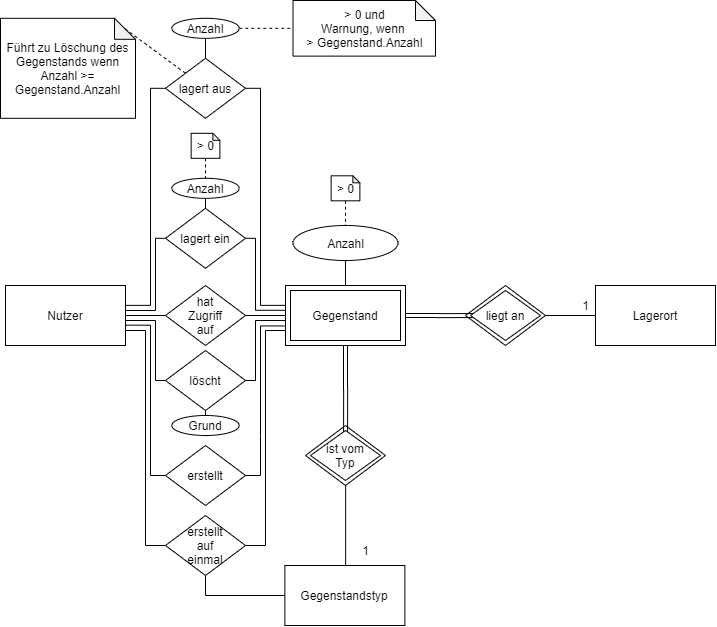
TINF18B5/SWE_TINF18B5_Timo_Klenk keeps this draw.io diagram as ArchitekturEntwurf Material/ERM_Sicht_F04.png. Above is the earlier version. Source tidied: cells renumbered, new cells last; positions are measured from the earlier drawing's top-left corner, leaving out a move shared by most shapes. Source of this version:
```xml
<mxGraphModel>
  <root>
    <mxCell id="0" />
    <mxCell id="1" parent="0" />
    <mxCell id="2" style="edgeStyle=orthogonalEdgeStyle;rounded=0;jettySize=auto;html=1;exitX=1;exitY=0.75;exitDx=0;exitDy=0;entryX=0;entryY=0.5;entryDx=0;entryDy=0;endArrow=none;endFill=0;" parent="1" edge="1" source="6" target="26">
      <mxGeometry relative="1" as="geometry" />
    </mxCell>
    <mxCell id="3" style="edgeStyle=orthogonalEdgeStyle;rounded=0;jettySize=auto;html=1;exitX=1;exitY=0.5;exitDx=0;exitDy=0;entryX=0;entryY=0.5;entryDx=0;entryDy=0;endArrow=none;endFill=0;" parent="1" edge="1" source="6" target="31">
      <mxGeometry relative="1" as="geometry">
        <Array as="points">
          <mxPoint x="125" y="320" />
          <mxPoint x="155" y="320" />
          <mxPoint x="155" y="380" />
        </Array>
      </mxGeometry>
    </mxCell>
    <mxCell id="4" style="edgeStyle=elbowEdgeStyle;rounded=0;jettySize=auto;html=1;entryX=0;entryY=0.5;entryDx=0;entryDy=0;endArrow=none;endFill=0;" parent="1" edge="1" target="36">
      <mxGeometry relative="1" as="geometry">
        <mxPoint x="125" y="310" as="sourcePoint" />
        <Array as="points">
          <mxPoint x="155" y="305" />
          <mxPoint x="155" y="300" />
        </Array>
      </mxGeometry>
    </mxCell>
    <mxCell id="5" style="edgeStyle=elbowEdgeStyle;rounded=0;jettySize=auto;html=1;exitX=1.001;exitY=0.331;exitDx=0;exitDy=0;entryX=0;entryY=0.5;entryDx=0;entryDy=0;endArrow=none;endFill=0;exitPerimeter=0;" parent="1" edge="1" source="6" target="38">
      <mxGeometry relative="1" as="geometry">
        <Array as="points">
          <mxPoint x="150" y="300" />
          <mxPoint x="150" y="210" />
          <mxPoint x="150" y="205" />
        </Array>
      </mxGeometry>
    </mxCell>
    <mxCell id="6" value="Nutzer" style="rounded=0;whiteSpace=wrap;html=1;" parent="1" vertex="1">
      <mxGeometry x="5" y="285" width="120" height="60" as="geometry" />
    </mxCell>
    <mxCell id="7" style="edgeStyle=orthogonalEdgeStyle;rounded=0;jettySize=auto;html=1;exitX=1;exitY=0.5;exitDx=0;exitDy=0;entryX=-0.009;entryY=0.674;entryDx=0;entryDy=0;endArrow=none;endFill=0;entryPerimeter=0;" parent="1" edge="1" source="9" target="11">
      <mxGeometry relative="1" as="geometry">
        <Array as="points">
          <mxPoint x="260" y="435" />
          <mxPoint x="260" y="325" />
          <mxPoint x="285" y="325" />
        </Array>
      </mxGeometry>
    </mxCell>
    <mxCell id="8" style="edgeStyle=orthogonalEdgeStyle;rounded=0;jettySize=auto;html=1;exitX=0;exitY=0.5;exitDx=0;exitDy=0;entryX=0.999;entryY=0.661;entryDx=0;entryDy=0;entryPerimeter=0;endArrow=none;endFill=0;" parent="1" edge="1" source="9" target="6">
      <mxGeometry relative="1" as="geometry">
        <Array as="points">
          <mxPoint x="150" y="475" />
          <mxPoint x="150" y="325" />
        </Array>
      </mxGeometry>
    </mxCell>
    <mxCell id="9" value="erstellt" style="rhombus;whiteSpace=wrap;html=1;" parent="1" vertex="1">
      <mxGeometry x="165" y="445" width="80" height="60" as="geometry" />
    </mxCell>
    <mxCell id="10" style="group;" parent="1" vertex="1">
      <mxGeometry x="285" y="285" width="120" height="60" as="geometry" />
    </mxCell>
    <mxCell id="11" style="rounded=0;whiteSpace=wrap;html=1;" parent="10" vertex="1">
      <mxGeometry width="120" height="60" as="geometry" />
    </mxCell>
    <mxCell id="12" value="Gegenstand" style="rounded=0;whiteSpace=wrap;html=1;" parent="10" vertex="1">
      <mxGeometry x="5" y="5" width="110" height="50" as="geometry" />
    </mxCell>
    <mxCell id="13" style="group;" parent="1" vertex="1">
      <mxGeometry x="465" y="285" width="80" height="60" as="geometry" />
    </mxCell>
    <mxCell id="14" style="rhombus;whiteSpace=wrap;html=1;" parent="13" vertex="1">
      <mxGeometry width="80" height="60" as="geometry" />
    </mxCell>
    <mxCell id="15" value="liegt an" style="rhombus;whiteSpace=wrap;html=1;" parent="13" vertex="1">
      <mxGeometry x="5" y="5" width="70" height="50" as="geometry" />
    </mxCell>
    <mxCell id="16" style="edgeStyle=orthogonalEdgeStyle;shape=link;rounded=0;jettySize=auto;html=1;exitX=0.04;exitY=0.501;exitDx=0;exitDy=0;entryX=1;entryY=0.5;entryDx=0;entryDy=0;endArrow=none;endFill=0;exitPerimeter=0;" parent="1" edge="1" source="15" target="11">
      <mxGeometry relative="1" as="geometry" />
    </mxCell>
    <mxCell id="17" value="ist" style="group;" parent="1" vertex="1">
      <mxGeometry x="305" y="425" width="80" height="60" as="geometry" />
    </mxCell>
    <mxCell id="18" style="rhombus;whiteSpace=wrap;html=1;" parent="17" vertex="1">
      <mxGeometry width="80" height="60" as="geometry" />
    </mxCell>
    <mxCell id="19" value="ist vom&lt;br&gt;Typ" style="rhombus;whiteSpace=wrap;html=1;" parent="17" vertex="1">
      <mxGeometry x="5" y="5" width="70" height="50" as="geometry" />
    </mxCell>
    <mxCell id="20" style="edgeStyle=orthogonalEdgeStyle;shape=link;rounded=0;jettySize=auto;html=1;exitX=0.501;exitY=0.027;exitDx=0;exitDy=0;entryX=0.5;entryY=1;entryDx=0;entryDy=0;endArrow=none;endFill=0;exitPerimeter=0;" parent="1" edge="1" source="19" target="11">
      <mxGeometry relative="1" as="geometry" />
    </mxCell>
    <mxCell id="21" value="Lagerort" style="rounded=0;whiteSpace=wrap;html=1;" parent="1" vertex="1">
      <mxGeometry x="595" y="285" width="120" height="60" as="geometry" />
    </mxCell>
    <mxCell id="22" style="edgeStyle=orthogonalEdgeStyle;rounded=0;jettySize=auto;html=1;exitX=1;exitY=0.5;exitDx=0;exitDy=0;entryX=0;entryY=0.5;entryDx=0;entryDy=0;endArrow=none;endFill=0;" parent="1" edge="1" source="14" target="21">
      <mxGeometry relative="1" as="geometry" />
    </mxCell>
    <mxCell id="23" value="Gegenstandstyp" style="rounded=0;whiteSpace=wrap;html=1;" parent="1" vertex="1">
      <mxGeometry x="284.4" y="565" width="120" height="60" as="geometry" />
    </mxCell>
    <mxCell id="24" style="edgeStyle=orthogonalEdgeStyle;rounded=0;jettySize=auto;html=1;exitX=1;exitY=0.5;exitDx=0;exitDy=0;entryX=0;entryY=0.75;entryDx=0;entryDy=0;endArrow=none;endFill=0;" parent="1" edge="1" source="26" target="11">
      <mxGeometry relative="1" as="geometry" />
    </mxCell>
    <mxCell id="25" style="edgeStyle=orthogonalEdgeStyle;rounded=0;jettySize=auto;html=1;exitX=0.5;exitY=1;exitDx=0;exitDy=0;entryX=0;entryY=0.5;entryDx=0;entryDy=0;endArrow=none;endFill=0;" parent="1" edge="1" source="26" target="23">
      <mxGeometry relative="1" as="geometry" />
    </mxCell>
    <mxCell id="26" value="erstellt&lt;br&gt;auf&lt;br&gt;einmal" style="rhombus;whiteSpace=wrap;html=1;" parent="1" vertex="1">
      <mxGeometry x="165" y="515" width="80" height="60" as="geometry" />
    </mxCell>
    <mxCell id="27" style="edgeStyle=orthogonalEdgeStyle;rounded=0;jettySize=auto;html=1;exitX=0.5;exitY=1;exitDx=0;exitDy=0;entryX=0.5;entryY=0;entryDx=0;entryDy=0;endArrow=none;endFill=0;" parent="1" edge="1" source="28" target="11">
      <mxGeometry relative="1" as="geometry" />
    </mxCell>
    <mxCell id="28" value="Anzahl" style="ellipse;whiteSpace=wrap;html=1;" parent="1" vertex="1">
      <mxGeometry x="292.5" y="225" width="105" height="35" as="geometry" />
    </mxCell>
    <mxCell id="29" style="edgeStyle=orthogonalEdgeStyle;rounded=0;jettySize=auto;html=1;exitX=0.5;exitY=1;exitDx=0;exitDy=0;entryX=0.5;entryY=0;entryDx=0;entryDy=0;endArrow=none;endFill=0;" parent="1" edge="1" source="31" target="32">
      <mxGeometry relative="1" as="geometry" />
    </mxCell>
    <mxCell id="30" style="edgeStyle=orthogonalEdgeStyle;rounded=0;jettySize=auto;html=1;exitX=1;exitY=0.5;exitDx=0;exitDy=0;entryX=0;entryY=0.5;entryDx=0;entryDy=0;endArrow=none;endFill=0;" parent="1" edge="1" source="31" target="11">
      <mxGeometry relative="1" as="geometry">
        <Array as="points">
          <mxPoint x="255" y="380" />
          <mxPoint x="255" y="320" />
          <mxPoint x="285" y="320" />
        </Array>
      </mxGeometry>
    </mxCell>
    <mxCell id="31" value="löscht" style="rhombus;whiteSpace=wrap;html=1;" parent="1" vertex="1">
      <mxGeometry x="165" y="350" width="80" height="60" as="geometry" />
    </mxCell>
    <mxCell id="32" value="Grund" style="ellipse;whiteSpace=wrap;html=1;" parent="1" vertex="1">
      <mxGeometry x="171.2" y="415" width="67.5" height="20" as="geometry" />
    </mxCell>
    <mxCell id="33" value="1" style="text;html=1;align=center;verticalAlign=middle;" parent="1" vertex="1">
      <mxGeometry x="575" y="295" width="20" height="20" as="geometry" />
    </mxCell>
    <mxCell id="34" value="1" style="text;html=1;align=center;verticalAlign=middle;" parent="1" vertex="1">
      <mxGeometry x="355" y="540" width="20" height="20" as="geometry" />
    </mxCell>
    <mxCell id="35" style="edgeStyle=elbowEdgeStyle;rounded=0;jettySize=auto;html=1;exitX=1;exitY=0.5;exitDx=0;exitDy=0;entryX=-0.001;entryY=0.413;entryDx=0;entryDy=0;endArrow=none;endFill=0;entryPerimeter=0;" parent="1" edge="1" source="36" target="11">
      <mxGeometry relative="1" as="geometry">
        <Array as="points">
          <mxPoint x="255" y="295" />
        </Array>
      </mxGeometry>
    </mxCell>
    <mxCell id="36" value="lagert ein" style="rhombus;whiteSpace=wrap;html=1;" parent="1" vertex="1">
      <mxGeometry x="165" y="207.8" width="80" height="60" as="geometry" />
    </mxCell>
    <mxCell id="37" style="edgeStyle=elbowEdgeStyle;rounded=0;jettySize=auto;html=1;exitX=1;exitY=0.5;exitDx=0;exitDy=0;entryX=0;entryY=0.331;entryDx=0;entryDy=0;entryPerimeter=0;endArrow=none;endFill=0;" parent="1" edge="1" source="38" target="11">
      <mxGeometry relative="1" as="geometry">
        <Array as="points">
          <mxPoint x="260" y="215" />
        </Array>
      </mxGeometry>
    </mxCell>
    <mxCell id="38" value="lagert aus" style="rhombus;whiteSpace=wrap;html=1;" parent="1" vertex="1">
      <mxGeometry x="165" y="57.8" width="80" height="60" as="geometry" />
    </mxCell>
    <mxCell id="39" style="edgeStyle=orthogonalEdgeStyle;rounded=0;jettySize=auto;html=1;exitX=0.5;exitY=1;exitDx=0;exitDy=0;entryX=0.5;entryY=0;entryDx=0;entryDy=0;endArrow=none;endFill=0;" parent="1" edge="1" source="40" target="36">
      <mxGeometry relative="1" as="geometry" />
    </mxCell>
    <mxCell id="40" value="Anzahl" style="ellipse;whiteSpace=wrap;html=1;" parent="1" vertex="1">
      <mxGeometry x="171.2" y="177.8" width="67.5" height="20" as="geometry" />
    </mxCell>
    <mxCell id="41" style="edgeStyle=none;rounded=0;jettySize=auto;html=1;exitX=1;exitY=0.5;exitDx=0;exitDy=0;entryX=0;entryY=0.5;entryDx=0;entryDy=0;entryPerimeter=0;dashed=1;endArrow=none;endFill=0;" parent="1" edge="1" source="43" target="46">
      <mxGeometry relative="1" as="geometry" />
    </mxCell>
    <mxCell id="42" style="edgeStyle=none;rounded=0;jettySize=auto;html=1;exitX=0.5;exitY=1;exitDx=0;exitDy=0;entryX=0.5;entryY=0;entryDx=0;entryDy=0;endArrow=none;endFill=0;" parent="1" edge="1" source="43" target="38">
      <mxGeometry relative="1" as="geometry" />
    </mxCell>
    <mxCell id="43" value="Anzahl" style="ellipse;whiteSpace=wrap;html=1;" parent="1" vertex="1">
      <mxGeometry x="171.2" y="17.8" width="67.5" height="20" as="geometry" />
    </mxCell>
    <mxCell id="44" style="edgeStyle=none;rounded=0;jettySize=auto;html=1;exitX=0.5;exitY=1;exitDx=0;exitDy=0;exitPerimeter=0;entryX=0.5;entryY=0;entryDx=0;entryDy=0;endArrow=none;endFill=0;dashed=1;" parent="1" edge="1" source="45" target="40">
      <mxGeometry relative="1" as="geometry" />
    </mxCell>
    <mxCell id="45" value="&amp;gt; 0" style="shape=note;whiteSpace=wrap;html=1;backgroundOutline=1;darkOpacity=0.05;size=7;" parent="1" vertex="1">
      <mxGeometry x="190.6" y="132.8" width="28.8" height="25" as="geometry" />
    </mxCell>
    <mxCell id="46" value="&amp;gt; 0 und&lt;br&gt;Warnung, wenn &lt;br&gt;&amp;gt; Gegenstand.Anzahl" style="shape=note;whiteSpace=wrap;html=1;backgroundOutline=1;darkOpacity=0.05;size=20;" parent="1" vertex="1">
      <mxGeometry x="292.5" width="142.5" height="55.6" as="geometry" />
    </mxCell>
    <mxCell id="47" style="edgeStyle=elbowEdgeStyle;rounded=0;jettySize=auto;html=1;exitX=0;exitY=0.5;exitDx=0;exitDy=0;entryX=1;entryY=0.5;entryDx=0;entryDy=0;endArrow=none;endFill=0;" parent="1" edge="1" source="48" target="6">
      <mxGeometry relative="1" as="geometry" />
    </mxCell>
    <mxCell id="48" value="hat&lt;br&gt;Zugriff&lt;br&gt;auf" style="rhombus;whiteSpace=wrap;html=1;" parent="1" vertex="1">
      <mxGeometry x="165" y="285" width="80" height="60" as="geometry" />
    </mxCell>
    <mxCell id="49" style="edgeStyle=elbowEdgeStyle;rounded=0;jettySize=auto;html=1;exitX=0;exitY=0.5;exitDx=0;exitDy=0;entryX=1;entryY=0.5;entryDx=0;entryDy=0;endArrow=none;endFill=0;" parent="1" edge="1" source="11" target="48">
      <mxGeometry relative="1" as="geometry" />
    </mxCell>
    <mxCell id="50" style="edgeStyle=elbowEdgeStyle;rounded=0;jettySize=auto;html=1;exitX=0.5;exitY=1;exitDx=0;exitDy=0;entryX=0.5;entryY=0;entryDx=0;entryDy=0;endArrow=none;endFill=0;" parent="1" edge="1" source="18" target="23">
      <mxGeometry relative="1" as="geometry" />
    </mxCell>
    <mxCell id="51" style="rounded=0;jettySize=auto;html=1;exitX=0;exitY=0;exitDx=124.5;exitDy=10.5;exitPerimeter=0;entryX=0;entryY=0;entryDx=0;entryDy=0;endArrow=none;endFill=0;dashed=1;" parent="1" edge="1" source="52" target="38">
      <mxGeometry relative="1" as="geometry" />
    </mxCell>
    <mxCell id="52" value="Führt zu Löschung des Gegenstands wenn Anzahl &amp;gt;= Gegenstand.Anzahl" style="shape=note;whiteSpace=wrap;html=1;backgroundOutline=1;darkOpacity=0.05;size=21;" parent="1" vertex="1">
      <mxGeometry y="17.8" width="135" height="100" as="geometry" />
    </mxCell>
    <mxCell id="53" style="edgeStyle=none;rounded=0;jettySize=auto;html=1;exitX=0.5;exitY=1;exitDx=0;exitDy=0;exitPerimeter=0;entryX=0.5;entryY=0;entryDx=0;entryDy=0;dashed=1;endArrow=none;endFill=0;" parent="1" edge="1" source="54" target="28">
      <mxGeometry relative="1" as="geometry" />
    </mxCell>
    <mxCell id="54" value="&amp;gt; 0" style="shape=note;whiteSpace=wrap;html=1;backgroundOutline=1;darkOpacity=0.05;size=7;" parent="1" vertex="1">
      <mxGeometry x="330.6" y="175.3" width="28.8" height="25" as="geometry" />
    </mxCell>
  </root>
</mxGraphModel>
```
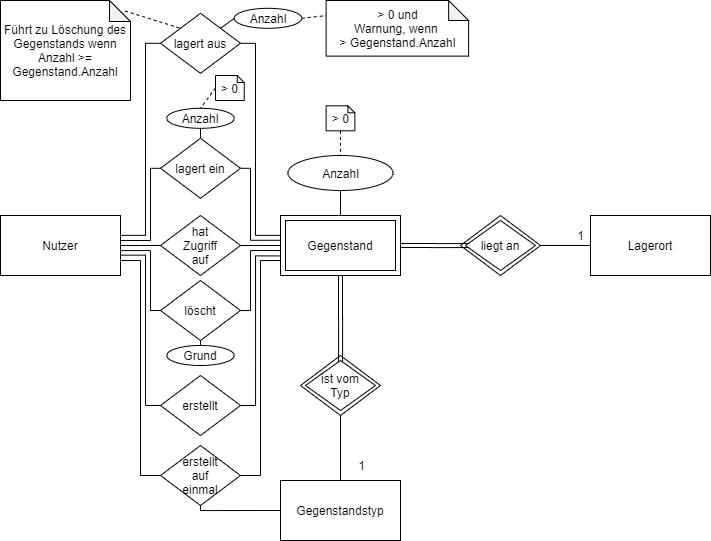
Above is the later version.

The edit, as a diff of the source:
```diff
@@ -95,13 +95,17 @@
       <mxGeometry relative="1" as="geometry" />
     </mxCell>
     <mxCell id="23" value="Gegenstandstyp" style="rounded=0;whiteSpace=wrap;html=1;" parent="1" vertex="1">
-      <mxGeometry x="284.4" y="565" width="120" height="60" as="geometry" />
+      <mxGeometry x="285" y="550" width="120" height="60" as="geometry" />
     </mxCell>
     <mxCell id="24" style="edgeStyle=orthogonalEdgeStyle;rounded=0;jettySize=auto;html=1;exitX=1;exitY=0.5;exitDx=0;exitDy=0;entryX=0;entryY=0.75;entryDx=0;entryDy=0;endArrow=none;endFill=0;" parent="1" edge="1" source="26" target="11">
       <mxGeometry relative="1" as="geometry" />
     </mxCell>
     <mxCell id="25" style="edgeStyle=orthogonalEdgeStyle;rounded=0;jettySize=auto;html=1;exitX=0.5;exitY=1;exitDx=0;exitDy=0;entryX=0;entryY=0.5;entryDx=0;entryDy=0;endArrow=none;endFill=0;" parent="1" edge="1" source="26" target="23">
-      <mxGeometry relative="1" as="geometry" />
+      <mxGeometry relative="1" as="geometry">
+        <Array as="points">
+          <mxPoint x="205" y="580" />
+        </Array>
+      </mxGeometry>
     </mxCell>
     <mxCell id="26" value="erstellt&lt;br&gt;auf&lt;br&gt;einmal" style="rhombus;whiteSpace=wrap;html=1;" parent="1" vertex="1">
       <mxGeometry x="165" y="515" width="80" height="60" as="geometry" />
@@ -134,7 +138,7 @@
       <mxGeometry x="575" y="295" width="20" height="20" as="geometry" />
     </mxCell>
     <mxCell id="34" value="1" style="text;html=1;align=center;verticalAlign=middle;" parent="1" vertex="1">
-      <mxGeometry x="355" y="540" width="20" height="20" as="geometry" />
+      <mxGeometry x="355.6" y="525" width="20" height="20" as="geometry" />
     </mxCell>
     <mxCell id="35" style="edgeStyle=elbowEdgeStyle;rounded=0;jettySize=auto;html=1;exitX=1;exitY=0.5;exitDx=0;exitDy=0;entryX=-0.001;entryY=0.413;entryDx=0;entryDy=0;endArrow=none;endFill=0;entryPerimeter=0;" parent="1" edge="1" source="36" target="11">
       <mxGeometry relative="1" as="geometry">
@@ -153,8 +157,11 @@
         </Array>
       </mxGeometry>
     </mxCell>
+    <mxCell id="55" style="rounded=0;jettySize=auto;html=1;exitX=1;exitY=0;exitDx=0;exitDy=0;entryX=0;entryY=0.5;entryDx=0;entryDy=0;endArrow=none;endFill=0;" parent="1" edge="1" source="38" target="43">
+      <mxGeometry relative="1" as="geometry" />
+    </mxCell>
     <mxCell id="38" value="lagert aus" style="rhombus;whiteSpace=wrap;html=1;" parent="1" vertex="1">
-      <mxGeometry x="165" y="57.8" width="80" height="60" as="geometry" />
+      <mxGeometry x="165" y="82.8" width="80" height="60" as="geometry" />
     </mxCell>
     <mxCell id="39" style="edgeStyle=orthogonalEdgeStyle;rounded=0;jettySize=auto;html=1;exitX=0.5;exitY=1;exitDx=0;exitDy=0;entryX=0.5;entryY=0;entryDx=0;entryDy=0;endArrow=none;endFill=0;" parent="1" edge="1" source="40" target="36">
       <mxGeometry relative="1" as="geometry" />
@@ -162,23 +169,20 @@
     <mxCell id="40" value="Anzahl" style="ellipse;whiteSpace=wrap;html=1;" parent="1" vertex="1">
       <mxGeometry x="171.2" y="177.8" width="67.5" height="20" as="geometry" />
     </mxCell>
-    <mxCell id="41" style="edgeStyle=none;rounded=0;jettySize=auto;html=1;exitX=1;exitY=0.5;exitDx=0;exitDy=0;entryX=0;entryY=0.5;entryDx=0;entryDy=0;entryPerimeter=0;dashed=1;endArrow=none;endFill=0;" parent="1" edge="1" source="43" target="46">
+    <mxCell id="41" style="edgeStyle=none;rounded=0;jettySize=auto;html=1;exitX=1;exitY=0.5;exitDx=0;exitDy=0;entryX=0.027;entryY=0.264;entryDx=0;entryDy=0;entryPerimeter=0;dashed=1;endArrow=none;endFill=0;" parent="1" edge="1" source="43" target="46">
       <mxGeometry relative="1" as="geometry" />
     </mxCell>
-    <mxCell id="42" style="edgeStyle=none;rounded=0;jettySize=auto;html=1;exitX=0.5;exitY=1;exitDx=0;exitDy=0;entryX=0.5;entryY=0;entryDx=0;entryDy=0;endArrow=none;endFill=0;" parent="1" edge="1" source="43" target="38">
-      <mxGeometry relative="1" as="geometry" />
-    </mxCell>
     <mxCell id="43" value="Anzahl" style="ellipse;whiteSpace=wrap;html=1;" parent="1" vertex="1">
-      <mxGeometry x="171.2" y="17.8" width="67.5" height="20" as="geometry" />
+      <mxGeometry x="238.8" y="77.8" width="67.5" height="20" as="geometry" />
     </mxCell>
-    <mxCell id="44" style="edgeStyle=none;rounded=0;jettySize=auto;html=1;exitX=0.5;exitY=1;exitDx=0;exitDy=0;exitPerimeter=0;entryX=0.5;entryY=0;entryDx=0;entryDy=0;endArrow=none;endFill=0;dashed=1;" parent="1" edge="1" source="45" target="40">
+    <mxCell id="44" style="edgeStyle=none;rounded=0;jettySize=auto;html=1;exitX=0;exitY=0.5;exitDx=0;exitDy=0;exitPerimeter=0;entryX=0.5;entryY=0;entryDx=0;entryDy=0;endArrow=none;endFill=0;dashed=1;" parent="1" edge="1" source="45" target="40">
       <mxGeometry relative="1" as="geometry" />
     </mxCell>
     <mxCell id="45" value="&amp;gt; 0" style="shape=note;whiteSpace=wrap;html=1;backgroundOutline=1;darkOpacity=0.05;size=7;" parent="1" vertex="1">
-      <mxGeometry x="190.6" y="132.8" width="28.8" height="25" as="geometry" />
+      <mxGeometry x="220" y="145" width="28.8" height="25" as="geometry" />
     </mxCell>
     <mxCell id="46" value="&amp;gt; 0 und&lt;br&gt;Warnung, wenn &lt;br&gt;&amp;gt; Gegenstand.Anzahl" style="shape=note;whiteSpace=wrap;html=1;backgroundOutline=1;darkOpacity=0.05;size=20;" parent="1" vertex="1">
-      <mxGeometry x="292.5" width="142.5" height="55.6" as="geometry" />
+      <mxGeometry x="330.6" y="70" width="142.5" height="55.6" as="geometry" />
     </mxCell>
     <mxCell id="47" style="edgeStyle=elbowEdgeStyle;rounded=0;jettySize=auto;html=1;exitX=0;exitY=0.5;exitDx=0;exitDy=0;entryX=1;entryY=0.5;entryDx=0;entryDy=0;endArrow=none;endFill=0;" parent="1" edge="1" source="48" target="6">
       <mxGeometry relative="1" as="geometry" />
@@ -196,7 +200,7 @@
       <mxGeometry relative="1" as="geometry" />
     </mxCell>
     <mxCell id="52" value="Führt zu Löschung des Gegenstands wenn Anzahl &amp;gt;= Gegenstand.Anzahl" style="shape=note;whiteSpace=wrap;html=1;backgroundOutline=1;darkOpacity=0.05;size=21;" parent="1" vertex="1">
-      <mxGeometry y="17.8" width="135" height="100" as="geometry" />
+      <mxGeometry x="5" y="70" width="130" height="100" as="geometry" />
     </mxCell>
     <mxCell id="53" style="edgeStyle=none;rounded=0;jettySize=auto;html=1;exitX=0.5;exitY=1;exitDx=0;exitDy=0;exitPerimeter=0;entryX=0.5;entryY=0;entryDx=0;entryDy=0;dashed=1;endArrow=none;endFill=0;" parent="1" edge="1" source="54" target="28">
       <mxGeometry relative="1" as="geometry" />
```
